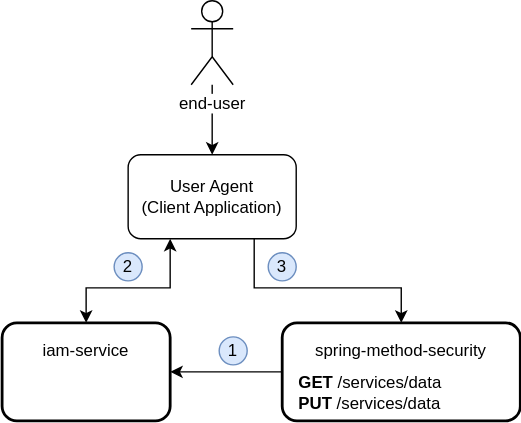
jveverka/iam-service keeps this draw.io diagram as iam-examples/spring-method-security/docs/spring-method-security.svg. Above is the earlier version. Source tidied: cells renumbered, new cells last; positions are measured from the earlier drawing's top-left corner, leaving out a move shared by most shapes. The source it was exported from:
```xml
<mxGraphModel>
  <root>
    <mxCell id="0" />
    <mxCell id="1" parent="0" />
    <mxCell id="2" style="edgeStyle=orthogonalEdgeStyle;rounded=0;jettySize=auto;html=1;startArrow=classic;startFill=1;" parent="1" edge="1" source="4" target="5">
      <mxGeometry relative="1" as="geometry">
        <Array as="points">
          <mxPoint x="120" y="205" />
          <mxPoint x="60" y="205" />
        </Array>
      </mxGeometry>
    </mxCell>
    <mxCell id="3" style="edgeStyle=orthogonalEdgeStyle;rounded=0;jettySize=auto;html=1;entryX=0.5;entryY=0;entryDx=0;entryDy=0;" parent="1" edge="1" source="4" target="7">
      <mxGeometry relative="1" as="geometry">
        <Array as="points">
          <mxPoint x="180" y="205" />
          <mxPoint x="285" y="205" />
        </Array>
      </mxGeometry>
    </mxCell>
    <mxCell id="4" value="User Agent&lt;br&gt;(Client Application)" style="rounded=1;whiteSpace=wrap;html=1;" parent="1" vertex="1">
      <mxGeometry x="90" y="110" width="120" height="60" as="geometry" />
    </mxCell>
    <mxCell id="5" style="rounded=1;whiteSpace=wrap;html=1;strokeWidth=2;" parent="1" vertex="1">
      <mxGeometry y="230" width="120" height="70" as="geometry" />
    </mxCell>
    <mxCell id="6" style="edgeStyle=orthogonalEdgeStyle;rounded=0;jettySize=auto;html=1;" parent="1" edge="1" source="7" target="5">
      <mxGeometry relative="1" as="geometry" />
    </mxCell>
    <mxCell id="7" style="rounded=1;whiteSpace=wrap;html=1;strokeWidth=2;" parent="1" vertex="1">
      <mxGeometry x="200" y="230" width="170" height="70" as="geometry" />
    </mxCell>
    <mxCell id="8" style="edgeStyle=orthogonalEdgeStyle;rounded=0;jettySize=auto;html=1;" parent="1" edge="1" source="9" target="4">
      <mxGeometry relative="1" as="geometry" />
    </mxCell>
    <mxCell id="9" value="end-user" style="shape=umlActor;verticalLabelPosition=bottom;labelBackgroundColor=#ffffff;verticalAlign=top;html=1;outlineConnect=0;" parent="1" vertex="1">
      <mxGeometry x="135" width="30" height="60" as="geometry" />
    </mxCell>
    <mxCell id="10" value="1" style="ellipse;whiteSpace=wrap;html=1;fillColor=#dae8fc;strokeColor=#6c8ebf;" parent="1" vertex="1">
      <mxGeometry x="155" y="240" width="20" height="20" as="geometry" />
    </mxCell>
    <mxCell id="11" value="3" style="ellipse;whiteSpace=wrap;html=1;fillColor=#dae8fc;strokeColor=#6c8ebf;" parent="1" vertex="1">
      <mxGeometry x="190" y="180" width="20" height="20" as="geometry" />
    </mxCell>
    <mxCell id="12" value="&lt;b&gt;GET&lt;/b&gt; /services/data&lt;br&gt;&lt;b&gt;PUT&lt;/b&gt; /services/data" style="text;html=1;strokeColor=none;fillColor=none;align=left;verticalAlign=middle;whiteSpace=wrap;rounded=0;" parent="1" vertex="1">
      <mxGeometry x="210" y="260" width="150" height="40" as="geometry" />
    </mxCell>
    <mxCell id="13" value="spring-method-security" style="text;html=1;strokeColor=none;fillColor=none;align=center;verticalAlign=middle;whiteSpace=wrap;rounded=0;" parent="1" vertex="1">
      <mxGeometry x="220" y="240" width="130" height="20" as="geometry" />
    </mxCell>
    <mxCell id="14" value="iam-service" style="text;html=1;strokeColor=none;fillColor=none;align=center;verticalAlign=middle;whiteSpace=wrap;rounded=0;" parent="1" vertex="1">
      <mxGeometry x="20" y="240" width="80" height="20" as="geometry" />
    </mxCell>
    <mxCell id="15" value="2" style="ellipse;whiteSpace=wrap;html=1;fillColor=#dae8fc;strokeColor=#6c8ebf;" parent="1" vertex="1">
      <mxGeometry x="80" y="180" width="20" height="20" as="geometry" />
    </mxCell>
  </root>
</mxGraphModel>
```
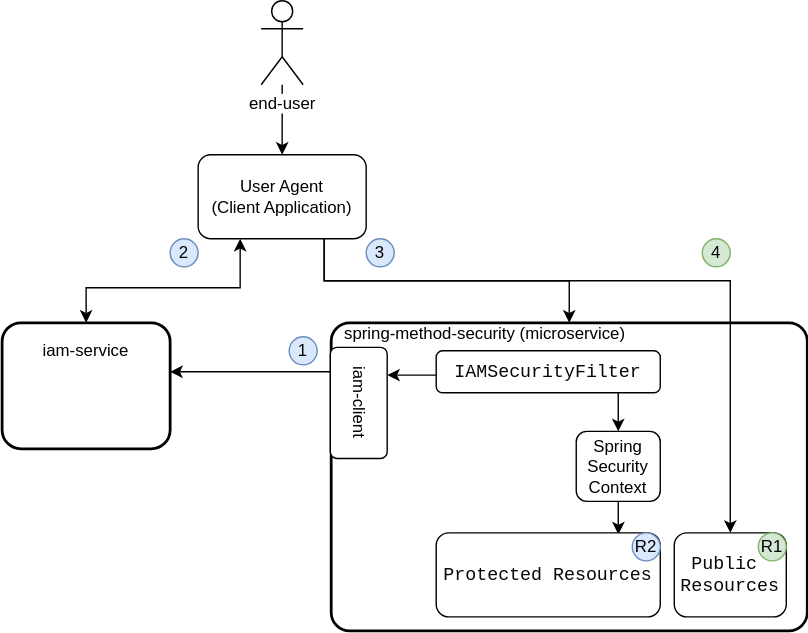
After the commit.

The edit, as a diff of the source:
```diff
@@ -2,34 +2,47 @@
   <root>
     <mxCell id="0" />
     <mxCell id="1" parent="0" />
+    <mxCell id="7" style="rounded=1;whiteSpace=wrap;html=1;strokeWidth=2;arcSize=6;" parent="1" vertex="1">
+      <mxGeometry x="185" y="230" width="340" height="220" as="geometry" />
+    </mxCell>
     <mxCell id="2" style="edgeStyle=orthogonalEdgeStyle;rounded=0;jettySize=auto;html=1;startArrow=classic;startFill=1;" parent="1" edge="1" source="4" target="5">
       <mxGeometry relative="1" as="geometry">
         <Array as="points">
           <mxPoint x="120" y="205" />
-          <mxPoint x="60" y="205" />
+          <mxPoint x="10" y="205" />
         </Array>
       </mxGeometry>
     </mxCell>
     <mxCell id="3" style="edgeStyle=orthogonalEdgeStyle;rounded=0;jettySize=auto;html=1;entryX=0.5;entryY=0;entryDx=0;entryDy=0;" parent="1" edge="1" source="4" target="7">
       <mxGeometry relative="1" as="geometry">
         <Array as="points">
-          <mxPoint x="180" y="205" />
-          <mxPoint x="285" y="205" />
+          <mxPoint x="180" y="200" />
+          <mxPoint x="355" y="200" />
         </Array>
       </mxGeometry>
     </mxCell>
+    <mxCell id="16" style="edgeStyle=orthogonalEdgeStyle;rounded=0;jettySize=auto;html=1;entryX=0.5;entryY=0;entryDx=0;entryDy=0;" parent="1" edge="1" source="4" target="24">
+      <mxGeometry relative="1" as="geometry">
+        <Array as="points">
+          <mxPoint x="180" y="200" />
+          <mxPoint x="470" y="200" />
+        </Array>
+      </mxGeometry>
+    </mxCell>
     <mxCell id="4" value="User Agent&lt;br&gt;(Client Application)" style="rounded=1;whiteSpace=wrap;html=1;" parent="1" vertex="1">
       <mxGeometry x="90" y="110" width="120" height="60" as="geometry" />
     </mxCell>
     <mxCell id="5" style="rounded=1;whiteSpace=wrap;html=1;strokeWidth=2;" parent="1" vertex="1">
-      <mxGeometry y="230" width="120" height="70" as="geometry" />
+      <mxGeometry x="-50" y="230" width="120" height="90" as="geometry" />
     </mxCell>
     <mxCell id="6" style="edgeStyle=orthogonalEdgeStyle;rounded=0;jettySize=auto;html=1;" parent="1" edge="1" source="7" target="5">
-      <mxGeometry relative="1" as="geometry" />
+      <mxGeometry relative="1" as="geometry">
+        <Array as="points">
+          <mxPoint x="170" y="265" />
+          <mxPoint x="170" y="265" />
+        </Array>
+      </mxGeometry>
     </mxCell>
-    <mxCell id="7" style="rounded=1;whiteSpace=wrap;html=1;strokeWidth=2;" parent="1" vertex="1">
-      <mxGeometry x="200" y="230" width="170" height="70" as="geometry" />
-    </mxCell>
     <mxCell id="8" style="edgeStyle=orthogonalEdgeStyle;rounded=0;jettySize=auto;html=1;" parent="1" edge="1" source="9" target="4">
       <mxGeometry relative="1" as="geometry" />
     </mxCell>
@@ -40,19 +53,58 @@
       <mxGeometry x="155" y="240" width="20" height="20" as="geometry" />
     </mxCell>
     <mxCell id="11" value="3" style="ellipse;whiteSpace=wrap;html=1;fillColor=#dae8fc;strokeColor=#6c8ebf;" parent="1" vertex="1">
-      <mxGeometry x="190" y="180" width="20" height="20" as="geometry" />
+      <mxGeometry x="210" y="170" width="20" height="20" as="geometry" />
     </mxCell>
-    <mxCell id="12" value="&lt;b&gt;GET&lt;/b&gt; /services/data&lt;br&gt;&lt;b&gt;PUT&lt;/b&gt; /services/data" style="text;html=1;strokeColor=none;fillColor=none;align=left;verticalAlign=middle;whiteSpace=wrap;rounded=0;" parent="1" vertex="1">
-      <mxGeometry x="210" y="260" width="150" height="40" as="geometry" />
-    </mxCell>
-    <mxCell id="13" value="spring-method-security" style="text;html=1;strokeColor=none;fillColor=none;align=center;verticalAlign=middle;whiteSpace=wrap;rounded=0;" parent="1" vertex="1">
-      <mxGeometry x="220" y="240" width="130" height="20" as="geometry" />
+    <mxCell id="13" value="spring-method-security (microservice)" style="text;html=1;strokeColor=none;fillColor=none;align=center;verticalAlign=middle;whiteSpace=wrap;rounded=0;" parent="1" vertex="1">
+      <mxGeometry x="190" y="228" width="210" height="20" as="geometry" />
     </mxCell>
     <mxCell id="14" value="iam-service" style="text;html=1;strokeColor=none;fillColor=none;align=center;verticalAlign=middle;whiteSpace=wrap;rounded=0;" parent="1" vertex="1">
-      <mxGeometry x="20" y="240" width="80" height="20" as="geometry" />
+      <mxGeometry x="-30" y="240" width="80" height="20" as="geometry" />
     </mxCell>
     <mxCell id="15" value="2" style="ellipse;whiteSpace=wrap;html=1;fillColor=#dae8fc;strokeColor=#6c8ebf;" parent="1" vertex="1">
-      <mxGeometry x="80" y="180" width="20" height="20" as="geometry" />
+      <mxGeometry x="70" y="170" width="20" height="20" as="geometry" />
     </mxCell>
+    <mxCell id="17" style="edgeStyle=orthogonalEdgeStyle;rounded=0;jettySize=auto;html=1;entryX=0.25;entryY=0;entryDx=0;entryDy=0;" parent="1" edge="1" source="19" target="20">
+      <mxGeometry relative="1" as="geometry">
+        <Array as="points">
+          <mxPoint x="240" y="267" />
+        </Array>
+      </mxGeometry>
+    </mxCell>
+    <mxCell id="18" style="edgeStyle=orthogonalEdgeStyle;rounded=0;jettySize=auto;html=1;entryX=0.5;entryY=0;entryDx=0;entryDy=0;" parent="1" edge="1" source="19" target="22">
+      <mxGeometry relative="1" as="geometry">
+        <Array as="points">
+          <mxPoint x="390" y="290" />
+          <mxPoint x="390" y="290" />
+        </Array>
+      </mxGeometry>
+    </mxCell>
+    <mxCell id="19" value="&lt;pre style=&quot;background-color: #ffffff ; color: #080808 ; font-family: &amp;#34;jetbrains mono&amp;#34; , monospace ; font-size: 9.8pt&quot;&gt;IAMSecurityFilter&lt;/pre&gt;" style="rounded=1;whiteSpace=wrap;html=1;" parent="1" vertex="1">
+      <mxGeometry x="260" y="250" width="160" height="30" as="geometry" />
+    </mxCell>
+    <mxCell id="20" value="iam-client" style="rounded=1;whiteSpace=wrap;html=1;rotation=90;arcSize=12;" parent="1" vertex="1">
+      <mxGeometry x="165" y="266.9" width="79.4" height="40.6" as="geometry" />
+    </mxCell>
+    <mxCell id="21" style="edgeStyle=orthogonalEdgeStyle;rounded=0;jettySize=auto;html=1;entryX=0.813;entryY=0.019;entryDx=0;entryDy=0;entryPerimeter=0;" parent="1" edge="1" source="22" target="23">
+      <mxGeometry relative="1" as="geometry" />
+    </mxCell>
+    <mxCell id="22" value="Spring&lt;br&gt;Security&lt;br&gt;Context" style="rounded=1;whiteSpace=wrap;html=1;" parent="1" vertex="1">
+      <mxGeometry x="360" y="307.5" width="60" height="50" as="geometry" />
+    </mxCell>
+    <mxCell id="23" value="&lt;pre style=&quot;background-color: #ffffff ; color: #080808 ; font-family: &amp;#34;jetbrains mono&amp;#34; , monospace ; font-size: 9.8pt&quot;&gt;Protected Resources&lt;/pre&gt;" style="rounded=1;whiteSpace=wrap;html=1;" parent="1" vertex="1">
+      <mxGeometry x="260" y="380" width="160" height="60" as="geometry" />
+    </mxCell>
+    <mxCell id="24" value="&lt;pre style=&quot;background-color: #ffffff ; color: #080808 ; font-family: &amp;#34;jetbrains mono&amp;#34; , monospace ; font-size: 9.8pt&quot;&gt;Public &lt;br/&gt;Resources&lt;/pre&gt;" style="rounded=1;whiteSpace=wrap;html=1;" parent="1" vertex="1">
+      <mxGeometry x="430" y="380" width="80" height="60" as="geometry" />
+    </mxCell>
+    <mxCell id="25" value="R2" style="ellipse;whiteSpace=wrap;html=1;fillColor=#dae8fc;strokeColor=#6c8ebf;" parent="1" vertex="1">
+      <mxGeometry x="400" y="380" width="20" height="20" as="geometry" />
+    </mxCell>
+    <mxCell id="26" value="R1" style="ellipse;whiteSpace=wrap;html=1;fillColor=#d5e8d4;strokeColor=#82b366;" parent="1" vertex="1">
+      <mxGeometry x="490" y="380" width="20" height="20" as="geometry" />
+    </mxCell>
+    <mxCell id="27" value="4" style="ellipse;whiteSpace=wrap;html=1;fillColor=#d5e8d4;strokeColor=#82b366;" parent="1" vertex="1">
+      <mxGeometry x="450" y="170" width="20" height="20" as="geometry" />
+    </mxCell>
   </root>
 </mxGraphModel>
```
